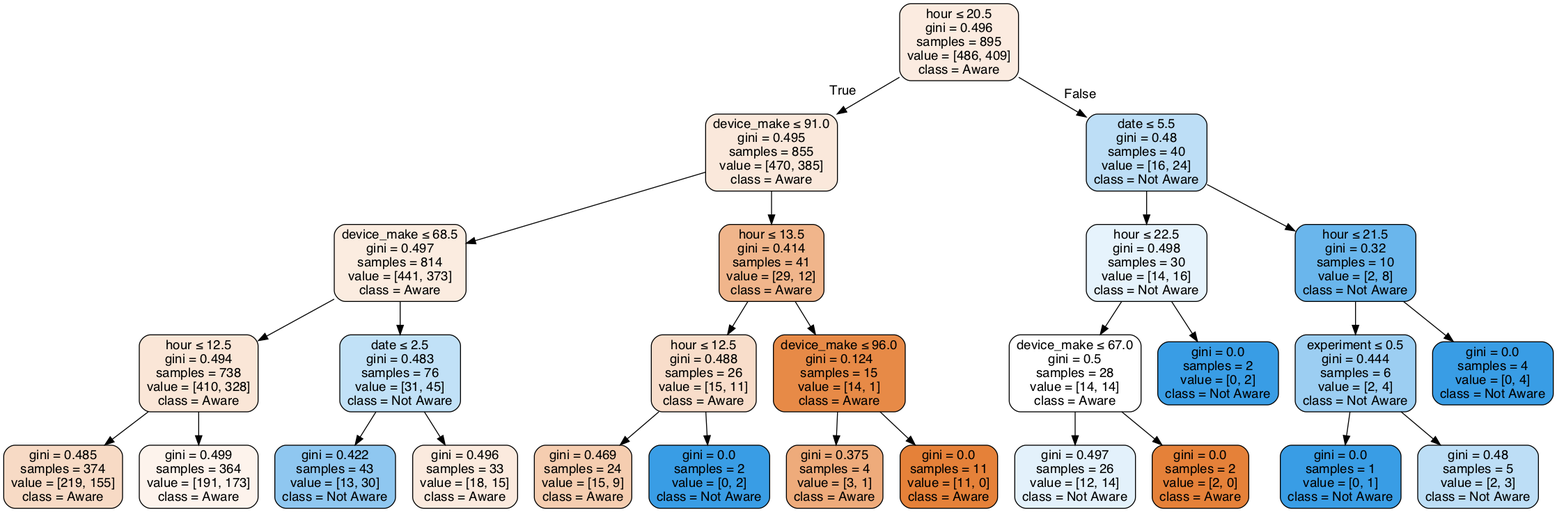
The Graphviz diagram notebooks/AbTestDecisionTree.png in daniEL2371/abtest-mlops, before a commit. Its source is kept beside it as notebooks/AbTestDecisionTree.dot.
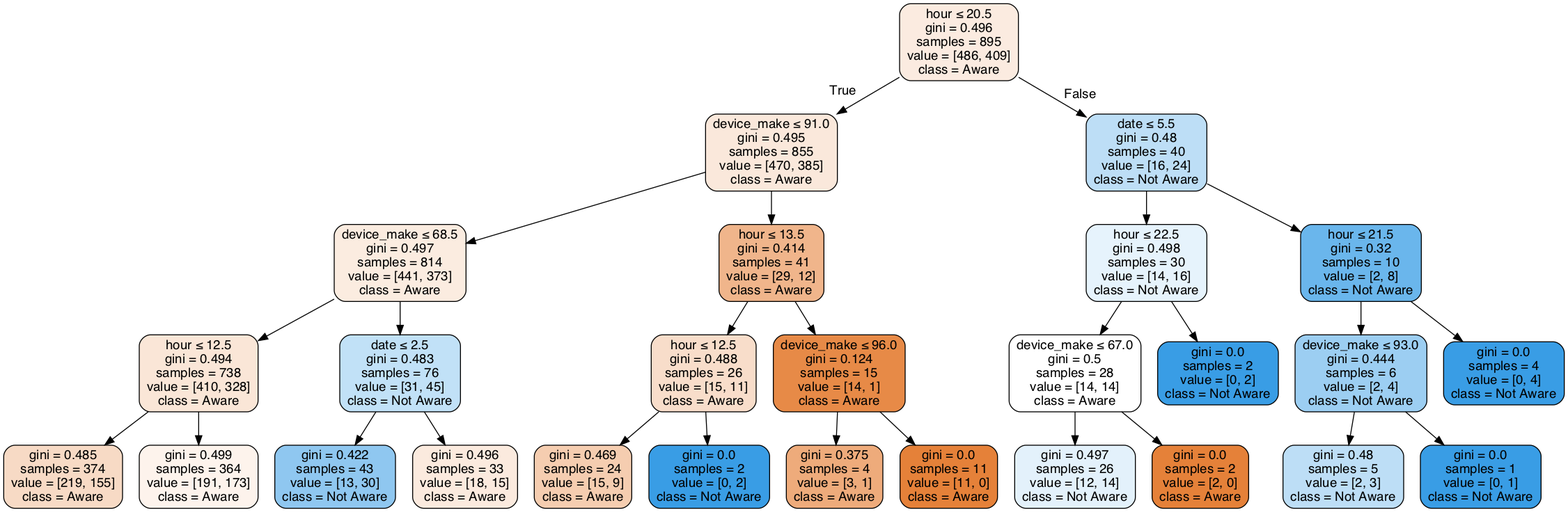
After the commit.

Change to the diagram source:
```diff
@@ -46,11 +46,11 @@
 17 -> 21 ;
 22 [label=<hour &le; 21.5<br/>gini = 0.32<br/>samples = 10<br/>value = [2, 8]<br/>class = Not Aware>, fillcolor="#6ab6ec"] ;
 16 -> 22 ;
-23 [label=<experiment &le; 0.5<br/>gini = 0.444<br/>samples = 6<br/>value = [2, 4]<br/>class = Not Aware>, fillcolor="#9ccef2"] ;
+23 [label=<device_make &le; 93.0<br/>gini = 0.444<br/>samples = 6<br/>value = [2, 4]<br/>class = Not Aware>, fillcolor="#9ccef2"] ;
 22 -> 23 ;
-24 [label=<gini = 0.0<br/>samples = 1<br/>value = [0, 1]<br/>class = Not Aware>, fillcolor="#399de5"] ;
+24 [label=<gini = 0.48<br/>samples = 5<br/>value = [2, 3]<br/>class = Not Aware>, fillcolor="#bddef6"] ;
 23 -> 24 ;
-25 [label=<gini = 0.48<br/>samples = 5<br/>value = [2, 3]<br/>class = Not Aware>, fillcolor="#bddef6"] ;
+25 [label=<gini = 0.0<br/>samples = 1<br/>value = [0, 1]<br/>class = Not Aware>, fillcolor="#399de5"] ;
 23 -> 25 ;
 26 [label=<gini = 0.0<br/>samples = 4<br/>value = [0, 4]<br/>class = Not Aware>, fillcolor="#399de5"] ;
 22 -> 26 ;
```
